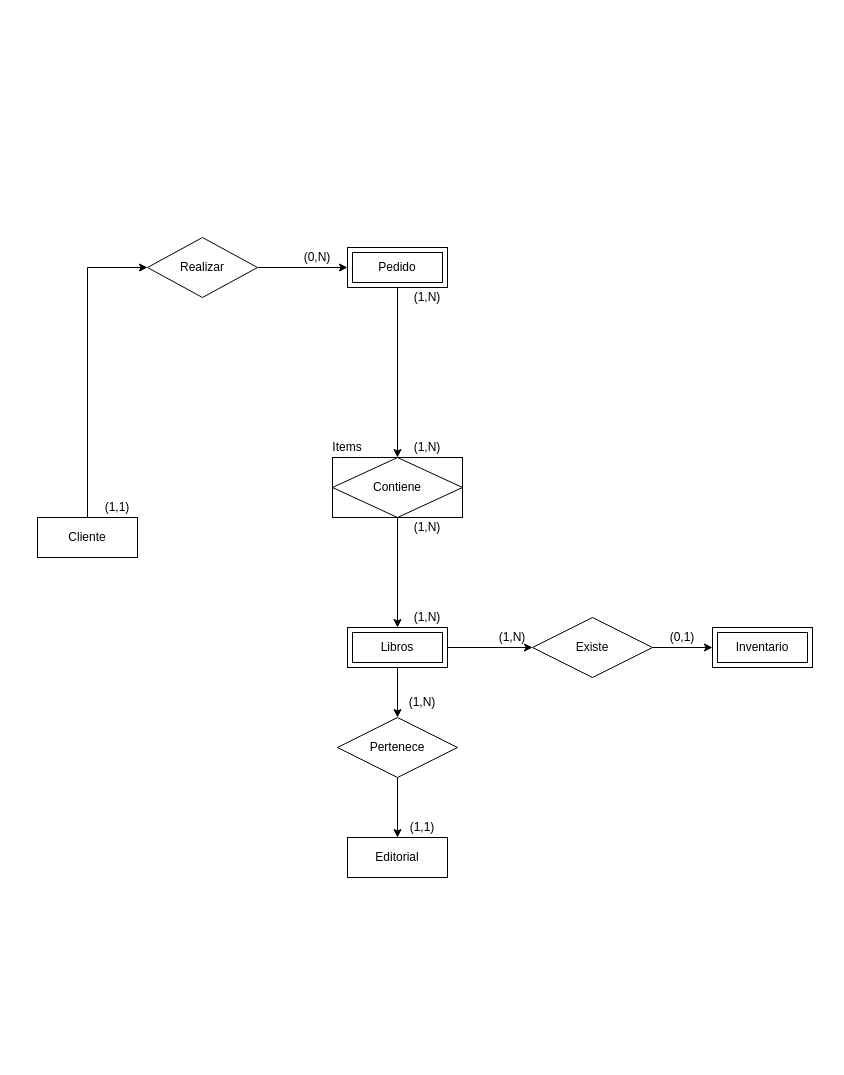
Earlier version of the draw.io diagram Diagrama sin título.drawio (Zuzed22/Modelado-de-bases-de-datos-entidades-relaciones-y-atributos). Source tidied: cells renumbered, new cells numbered last; positions are measured from the earlier drawing's top-left corner, leaving out a move shared by most shapes. Both pictures are drawn from the tidied source at 100%, with x=0, y=0 at pixel (37, 237).
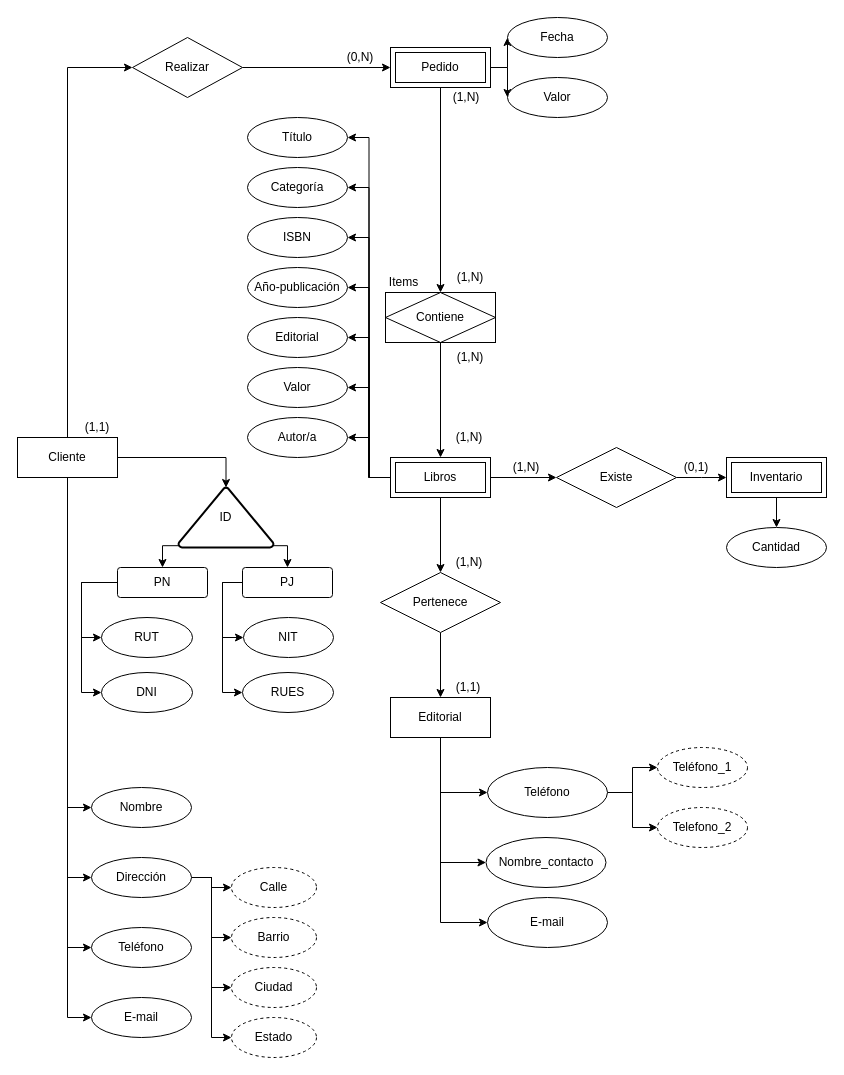
The same diagram, later.

Change to the diagram source:
```diff
@@
+    <mxCell id="30" style="edgeStyle=orthogonalEdgeStyle;rounded=0;jettySize=auto;html=1;exitX=0.5;exitY=1;exitDx=0;exitDy=0;entryX=0;entryY=0.5;entryDx=0;entryDy=0;" parent="1" edge="1" source="3" target="54">
+      <mxGeometry relative="1" as="geometry" />
+    </mxCell>
+    <mxCell id="31" style="edgeStyle=orthogonalEdgeStyle;rounded=0;jettySize=auto;html=1;exitX=0.5;exitY=1;exitDx=0;exitDy=0;entryX=0;entryY=0.5;entryDx=0;entryDy=0;" parent="1" edge="1" source="3" target="53">
+      <mxGeometry relative="1" as="geometry" />
+    </mxCell>
+    <mxCell id="32" style="edgeStyle=orthogonalEdgeStyle;rounded=0;jettySize=auto;html=1;exitX=0.5;exitY=1;exitDx=0;exitDy=0;entryX=0;entryY=0.5;entryDx=0;entryDy=0;" parent="1" edge="1" source="3" target="48">
+      <mxGeometry relative="1" as="geometry" />
+    </mxCell>
+    <mxCell id="33" style="edgeStyle=orthogonalEdgeStyle;rounded=0;jettySize=auto;html=1;exitX=0.5;exitY=1;exitDx=0;exitDy=0;entryX=0;entryY=0.5;entryDx=0;entryDy=0;" parent="1" edge="1" source="3" target="55">
+      <mxGeometry relative="1" as="geometry" />
+    </mxCell>
     <mxCell id="3" value="Cliente" style="whiteSpace=wrap;html=1;align=center;" parent="1" vertex="1">
-      <mxGeometry y="280" width="100" height="40" as="geometry" />
+      <mxGeometry x="-20" y="200" width="100" height="40" as="geometry" />
     </mxCell>
@@
+    <mxCell id="34" style="edgeStyle=orthogonalEdgeStyle;rounded=0;jettySize=auto;html=1;exitX=1;exitY=0.5;exitDx=0;exitDy=0;entryX=0;entryY=0.5;entryDx=0;entryDy=0;" parent="1" edge="1" source="5" target="74">
+      <mxGeometry relative="1" as="geometry" />
+    </mxCell>
+    <mxCell id="35" style="edgeStyle=orthogonalEdgeStyle;rounded=0;jettySize=auto;html=1;exitX=1;exitY=0.5;exitDx=0;exitDy=0;entryX=0;entryY=0.5;entryDx=0;entryDy=0;" parent="1" edge="1" source="5" target="75">
+      <mxGeometry relative="1" as="geometry" />
+    </mxCell>
     <mxCell id="5" value="Pedido" style="shape=ext;margin=3;double=1;whiteSpace=wrap;html=1;align=center;" parent="1" vertex="1">
-      <mxGeometry x="310" y="10" width="100" height="40" as="geometry" />
+      <mxGeometry x="353" y="-190" width="100" height="40" as="geometry" />
     </mxCell>
+    <mxCell id="36" style="edgeStyle=orthogonalEdgeStyle;rounded=0;jettySize=auto;html=1;exitX=0.5;exitY=1;exitDx=0;exitDy=0;entryX=0;entryY=0.5;entryDx=0;entryDy=0;" parent="1" edge="1" source="6" target="86">
+      <mxGeometry relative="1" as="geometry" />
+    </mxCell>
+    <mxCell id="37" style="edgeStyle=orthogonalEdgeStyle;rounded=0;jettySize=auto;html=1;exitX=0.5;exitY=1;exitDx=0;exitDy=0;entryX=0;entryY=0.5;entryDx=0;entryDy=0;" parent="1" edge="1" source="6" target="88">
+      <mxGeometry relative="1" as="geometry" />
+    </mxCell>
+    <mxCell id="38" style="edgeStyle=orthogonalEdgeStyle;rounded=0;jettySize=auto;html=1;exitX=0.5;exitY=1;exitDx=0;exitDy=0;entryX=0;entryY=0.5;entryDx=0;entryDy=0;" parent="1" edge="1" source="6" target="87">
+      <mxGeometry relative="1" as="geometry" />
+    </mxCell>
     <mxCell id="6" value="Editorial" style="whiteSpace=wrap;html=1;align=center;" parent="1" vertex="1">
-      <mxGeometry x="310" y="600" width="100" height="40" as="geometry" />
+      <mxGeometry x="353" y="460" width="100" height="40" as="geometry" />
     </mxCell>
@@
+    <mxCell id="39" style="edgeStyle=orthogonalEdgeStyle;rounded=0;jettySize=auto;html=1;exitX=0;exitY=0.5;exitDx=0;exitDy=0;entryX=1;entryY=0.5;entryDx=0;entryDy=0;" parent="1" edge="1" source="9" target="77">
+      <mxGeometry relative="1" as="geometry" />
+    </mxCell>
+    <mxCell id="40" style="edgeStyle=orthogonalEdgeStyle;rounded=0;jettySize=auto;html=1;exitX=0;exitY=0.5;exitDx=0;exitDy=0;entryX=1;entryY=0.5;entryDx=0;entryDy=0;" parent="1" edge="1" source="9" target="78">
+      <mxGeometry relative="1" as="geometry" />
+    </mxCell>
+    <mxCell id="41" style="edgeStyle=orthogonalEdgeStyle;rounded=0;jettySize=auto;html=1;exitX=0;exitY=0.5;exitDx=0;exitDy=0;entryX=1;entryY=0.5;entryDx=0;entryDy=0;" parent="1" edge="1" source="9" target="79">
+      <mxGeometry relative="1" as="geometry" />
+    </mxCell>
+    <mxCell id="42" style="edgeStyle=orthogonalEdgeStyle;rounded=0;jettySize=auto;html=1;exitX=0;exitY=0.5;exitDx=0;exitDy=0;entryX=1;entryY=0.5;entryDx=0;entryDy=0;" parent="1" edge="1" source="9" target="80">
+      <mxGeometry relative="1" as="geometry" />
+    </mxCell>
+    <mxCell id="43" style="edgeStyle=orthogonalEdgeStyle;rounded=0;jettySize=auto;html=1;exitX=0;exitY=0.5;exitDx=0;exitDy=0;entryX=1;entryY=0.5;entryDx=0;entryDy=0;" parent="1" edge="1" source="9" target="81">
+      <mxGeometry relative="1" as="geometry" />
+    </mxCell>
+    <mxCell id="44" style="edgeStyle=orthogonalEdgeStyle;rounded=0;jettySize=auto;html=1;exitX=0;exitY=0.5;exitDx=0;exitDy=0;entryX=1;entryY=0.5;entryDx=0;entryDy=0;" parent="1" edge="1" source="9" target="82">
+      <mxGeometry relative="1" as="geometry" />
+    </mxCell>
+    <mxCell id="45" style="edgeStyle=orthogonalEdgeStyle;rounded=0;jettySize=auto;html=1;exitX=0;exitY=0.5;exitDx=0;exitDy=0;entryX=1;entryY=0.5;entryDx=0;entryDy=0;" parent="1" edge="1" source="9" target="83">
+      <mxGeometry relative="1" as="geometry" />
+    </mxCell>
     <mxCell id="9" value="Libros" style="shape=ext;margin=3;double=1;whiteSpace=wrap;html=1;align=center;" parent="1" vertex="1">
-      <mxGeometry x="310" y="390" width="100" height="40" as="geometry" />
+      <mxGeometry x="353" y="220" width="100" height="40" as="geometry" />
     </mxCell>
+    <mxCell id="46" style="edgeStyle=orthogonalEdgeStyle;rounded=0;jettySize=auto;html=1;exitX=0.5;exitY=1;exitDx=0;exitDy=0;entryX=0.5;entryY=0;entryDx=0;entryDy=0;" parent="1" edge="1" source="10" target="76">
+      <mxGeometry relative="1" as="geometry" />
+    </mxCell>
     <mxCell id="10" value="Inventario" style="shape=ext;margin=3;double=1;whiteSpace=wrap;html=1;align=center;" parent="1" vertex="1">
-      <mxGeometry x="675" y="390" width="100" height="40" as="geometry" />
+      <mxGeometry x="689" y="220" width="100" height="40" as="geometry" />
     </mxCell>
@@
     <mxCell id="12" value="Realizar" style="shape=rhombus;perimeter=rhombusPerimeter;whiteSpace=wrap;html=1;align=center;" parent="1" vertex="1">
-      <mxGeometry x="110" width="110" height="60" as="geometry" />
+      <mxGeometry x="95" y="-200" width="110" height="60" as="geometry" />
     </mxCell>
     <mxCell id="13" value="(1,1)" style="text;html=1;align=center;verticalAlign=middle;whiteSpace=wrap;rounded=0;" parent="1" vertex="1">
-      <mxGeometry x="50" y="250" width="60" height="40" as="geometry" />
+      <mxGeometry x="30" y="170" width="60" height="40" as="geometry" />
     </mxCell>
     <mxCell id="14" value="(0,N)" style="text;html=1;align=center;verticalAlign=middle;whiteSpace=wrap;rounded=0;" parent="1" vertex="1">
-      <mxGeometry x="250" width="60" height="40" as="geometry" />
+      <mxGeometry x="293" y="-200" width="60" height="40" as="geometry" />
     </mxCell>
     <mxCell id="15" value="(1,N)" style="text;html=1;align=center;verticalAlign=middle;whiteSpace=wrap;rounded=0;" parent="1" vertex="1">
-      <mxGeometry x="360" y="40" width="60" height="40" as="geometry" />
+      <mxGeometry x="399" y="-160" width="60" height="40" as="geometry" />
     </mxCell>
     <mxCell id="16" value="(1,N)" style="text;html=1;align=center;verticalAlign=middle;whiteSpace=wrap;rounded=0;" parent="1" vertex="1">
-      <mxGeometry x="360" y="190" width="60" height="40" as="geometry" />
+      <mxGeometry x="403" y="20" width="60" height="40" as="geometry" />
     </mxCell>
@@
     <mxCell id="18" value="Pertenece" style="shape=rhombus;perimeter=rhombusPerimeter;whiteSpace=wrap;html=1;align=center;" parent="1" vertex="1">
-      <mxGeometry x="300" y="480" width="120" height="60" as="geometry" />
+      <mxGeometry x="343" y="335" width="120" height="60" as="geometry" />
     </mxCell>
     <mxCell id="19" value="(1,N)" style="text;html=1;align=center;verticalAlign=middle;whiteSpace=wrap;rounded=0;" parent="1" vertex="1">
-      <mxGeometry x="355" y="450" width="60" height="30" as="geometry" />
+      <mxGeometry x="402" y="310" width="60" height="30" as="geometry" />
     </mxCell>
     <mxCell id="20" value="(1,1)" style="text;html=1;align=center;verticalAlign=middle;whiteSpace=wrap;rounded=0;" parent="1" vertex="1">
-      <mxGeometry x="355" y="570" width="60" height="40" as="geometry" />
+      <mxGeometry x="402" y="430" width="58" height="40" as="geometry" />
     </mxCell>
-    <mxCell id="21" style="edgeStyle=orthogonalEdgeStyle;rounded=0;jettySize=auto;html=1;exitX=1;exitY=0.5;exitDx=0;exitDy=0;entryX=0;entryY=0.5;entryDx=0;entryDy=0;" parent="1" edge="1" source="22" target="10">
-      <mxGeometry relative="1" as="geometry" />
-    </mxCell>
+    <mxCell id="47" style="edgeStyle=orthogonalEdgeStyle;rounded=0;jettySize=auto;html=1;exitX=1;exitY=0.5;exitDx=0;exitDy=0;entryX=0;entryY=0.5;entryDx=0;entryDy=0;" parent="1" edge="1" source="22">
+      <mxGeometry relative="1" as="geometry">
+        <mxPoint x="689" y="240" as="targetPoint" />
+      </mxGeometry>
+    </mxCell>
     <mxCell id="22" value="Existe" style="shape=rhombus;perimeter=rhombusPerimeter;whiteSpace=wrap;html=1;align=center;" parent="1" vertex="1">
-      <mxGeometry x="495" y="380" width="120" height="60" as="geometry" />
+      <mxGeometry x="519" y="210" width="120" height="60" as="geometry" />
     </mxCell>
     <mxCell id="23" value="(1,N)" style="text;html=1;align=center;verticalAlign=middle;whiteSpace=wrap;rounded=0;" parent="1" vertex="1">
-      <mxGeometry x="445" y="380" width="60" height="40" as="geometry" />
+      <mxGeometry x="459" y="210" width="60" height="40" as="geometry" />
     </mxCell>
-    <mxCell id="24" value="(0,1)" style="text;html=1;align=center;verticalAlign=middle;whiteSpace=wrap;rounded=0;" parent="1" vertex="1">
-      <mxGeometry x="615" y="380" width="60" height="40" as="geometry" />
-    </mxCell>
@@
     <mxCell id="26" value="Contiene" style="shape=associativeEntity;whiteSpace=wrap;html=1;align=center;" parent="1" vertex="1">
-      <mxGeometry x="295" y="220" width="130" height="60" as="geometry" />
+      <mxGeometry x="348" y="55" width="110" height="50" as="geometry" />
     </mxCell>
     <mxCell id="27" value="Items" style="text;html=1;align=center;verticalAlign=middle;whiteSpace=wrap;rounded=0;" parent="1" vertex="1">
-      <mxGeometry x="280" y="190" width="60" height="40" as="geometry" />
+      <mxGeometry x="343" y="30" width="47" height="30" as="geometry" />
     </mxCell>
     <mxCell id="28" value="(1,N)" style="text;html=1;align=center;verticalAlign=middle;whiteSpace=wrap;rounded=0;" parent="1" vertex="1">
-      <mxGeometry x="360" y="360" width="60" height="40" as="geometry" />
+      <mxGeometry x="402" y="180" width="60" height="40" as="geometry" />
     </mxCell>
     <mxCell id="29" value="(1,N)" style="text;html=1;align=center;verticalAlign=middle;whiteSpace=wrap;rounded=0;" parent="1" vertex="1">
-      <mxGeometry x="360" y="270" width="60" height="40" as="geometry" />
+      <mxGeometry x="403" y="100" width="60" height="40" as="geometry" />
     </mxCell>
+    <mxCell id="48" value="Nombre" style="ellipse;whiteSpace=wrap;html=1;align=center;" parent="1" vertex="1">
+      <mxGeometry x="54" y="550" width="100" height="40" as="geometry" />
+    </mxCell>
+    <mxCell id="49" style="edgeStyle=orthogonalEdgeStyle;rounded=0;jettySize=auto;html=1;exitX=1;exitY=0.5;exitDx=0;exitDy=0;entryX=0;entryY=0.5;entryDx=0;entryDy=0;" parent="1" edge="1" source="53" target="59">
+      <mxGeometry relative="1" as="geometry" />
+    </mxCell>
+    <mxCell id="50" style="edgeStyle=orthogonalEdgeStyle;rounded=0;jettySize=auto;html=1;exitX=1;exitY=0.5;exitDx=0;exitDy=0;entryX=0;entryY=0.5;entryDx=0;entryDy=0;" parent="1" edge="1" source="53" target="58">
+      <mxGeometry relative="1" as="geometry" />
+    </mxCell>
+    <mxCell id="51" style="edgeStyle=orthogonalEdgeStyle;rounded=0;jettySize=auto;html=1;exitX=1;exitY=0.5;exitDx=0;exitDy=0;entryX=0;entryY=0.5;entryDx=0;entryDy=0;" parent="1" edge="1" source="53" target="57">
+      <mxGeometry relative="1" as="geometry" />
+    </mxCell>
+    <mxCell id="52" style="edgeStyle=orthogonalEdgeStyle;rounded=0;jettySize=auto;html=1;exitX=1;exitY=0.5;exitDx=0;exitDy=0;entryX=0;entryY=0.5;entryDx=0;entryDy=0;" parent="1" edge="1" source="53" target="56">
+      <mxGeometry relative="1" as="geometry" />
+    </mxCell>
+    <mxCell id="53" value="Dirección" style="ellipse;whiteSpace=wrap;html=1;align=center;" parent="1" vertex="1">
+      <mxGeometry x="54" y="620" width="100" height="40" as="geometry" />
+    </mxCell>
+    <mxCell id="54" value="Teléfono" style="ellipse;whiteSpace=wrap;html=1;align=center;" parent="1" vertex="1">
+      <mxGeometry x="54" y="690" width="100" height="40" as="geometry" />
+    </mxCell>
+    <mxCell id="55" value="E-mail" style="ellipse;whiteSpace=wrap;html=1;align=center;" parent="1" vertex="1">
+      <mxGeometry x="54" y="760" width="100" height="40" as="geometry" />
+    </mxCell>
+    <mxCell id="56" value="Calle" style="ellipse;whiteSpace=wrap;html=1;align=center;dashed=1;" parent="1" vertex="1">
+      <mxGeometry x="194" y="630" width="85" height="40" as="geometry" />
+    </mxCell>
+    <mxCell id="57" value="Barrio" style="ellipse;whiteSpace=wrap;html=1;align=center;dashed=1;" parent="1" vertex="1">
+      <mxGeometry x="194" y="680" width="85" height="40" as="geometry" />
+    </mxCell>
+    <mxCell id="58" value="Ciudad" style="ellipse;whiteSpace=wrap;html=1;align=center;dashed=1;" parent="1" vertex="1">
+      <mxGeometry x="194" y="730" width="85" height="40" as="geometry" />
+    </mxCell>
+    <mxCell id="59" value="Estado" style="ellipse;whiteSpace=wrap;html=1;align=center;dashed=1;" parent="1" vertex="1">
+      <mxGeometry x="194" y="780" width="85" height="40" as="geometry" />
+    </mxCell>
+    <mxCell id="24" value="(0,1)" style="text;html=1;align=center;verticalAlign=middle;whiteSpace=wrap;rounded=0;" parent="1" vertex="1">
+      <mxGeometry x="629" y="210" width="60" height="40" as="geometry" />
+    </mxCell>
+    <mxCell id="60" style="edgeStyle=orthogonalEdgeStyle;rounded=0;jettySize=auto;html=1;exitX=0.01;exitY=0.97;exitDx=0;exitDy=0;exitPerimeter=0;entryX=0.5;entryY=0;entryDx=0;entryDy=0;" parent="1" edge="1" source="62" target="66">
+      <mxGeometry relative="1" as="geometry" />
+    </mxCell>
+    <mxCell id="61" style="edgeStyle=orthogonalEdgeStyle;rounded=0;jettySize=auto;html=1;exitX=0.99;exitY=0.97;exitDx=0;exitDy=0;exitPerimeter=0;entryX=0.5;entryY=0;entryDx=0;entryDy=0;" parent="1" edge="1" source="62" target="69">
+      <mxGeometry relative="1" as="geometry" />
+    </mxCell>
+    <mxCell id="62" value="ID" style="strokeWidth=2;html=1;shape=mxgraph.flowchart.extract_or_measurement;whiteSpace=wrap;" parent="1" vertex="1">
+      <mxGeometry x="141" y="250" width="95" height="60" as="geometry" />
+    </mxCell>
+    <mxCell id="63" style="edgeStyle=orthogonalEdgeStyle;rounded=0;jettySize=auto;html=1;exitX=1;exitY=0.5;exitDx=0;exitDy=0;entryX=0.5;entryY=0;entryDx=0;entryDy=0;entryPerimeter=0;" parent="1" edge="1" source="3" target="62">
+      <mxGeometry relative="1" as="geometry" />
+    </mxCell>
+    <mxCell id="64" style="edgeStyle=orthogonalEdgeStyle;rounded=0;jettySize=auto;html=1;exitX=0;exitY=0.5;exitDx=0;exitDy=0;entryX=0;entryY=0.5;entryDx=0;entryDy=0;" parent="1" edge="1" source="66" target="71">
+      <mxGeometry relative="1" as="geometry" />
+    </mxCell>
+    <mxCell id="65" style="edgeStyle=orthogonalEdgeStyle;rounded=0;jettySize=auto;html=1;exitX=0;exitY=0.5;exitDx=0;exitDy=0;entryX=0;entryY=0.5;entryDx=0;entryDy=0;" parent="1" edge="1" source="66" target="72">
+      <mxGeometry relative="1" as="geometry" />
+    </mxCell>
+    <mxCell id="66" value="PN" style="rounded=1;arcSize=10;whiteSpace=wrap;html=1;align=center;" parent="1" vertex="1">
+      <mxGeometry x="80" y="330" width="90" height="30" as="geometry" />
+    </mxCell>
+    <mxCell id="67" style="edgeStyle=orthogonalEdgeStyle;rounded=0;jettySize=auto;html=1;exitX=0;exitY=0.5;exitDx=0;exitDy=0;entryX=0;entryY=0.5;entryDx=0;entryDy=0;" parent="1" edge="1" source="69" target="70">
+      <mxGeometry relative="1" as="geometry" />
+    </mxCell>
+    <mxCell id="68" style="edgeStyle=orthogonalEdgeStyle;rounded=0;jettySize=auto;html=1;exitX=0;exitY=0.5;exitDx=0;exitDy=0;entryX=0;entryY=0.5;entryDx=0;entryDy=0;" parent="1" edge="1" source="69" target="73">
+      <mxGeometry relative="1" as="geometry" />
+    </mxCell>
+    <mxCell id="69" value="PJ" style="rounded=1;arcSize=10;whiteSpace=wrap;html=1;align=center;" parent="1" vertex="1">
+      <mxGeometry x="205" y="330" width="90" height="30" as="geometry" />
+    </mxCell>
+    <mxCell id="70" value="NIT" style="ellipse;whiteSpace=wrap;html=1;align=center;" parent="1" vertex="1">
+      <mxGeometry x="206" y="380" width="90" height="40" as="geometry" />
+    </mxCell>
+    <mxCell id="71" value="RUT" style="ellipse;whiteSpace=wrap;html=1;align=center;" parent="1" vertex="1">
+      <mxGeometry x="64" y="380" width="91" height="40" as="geometry" />
+    </mxCell>
+    <mxCell id="72" value="DNI" style="ellipse;whiteSpace=wrap;html=1;align=center;" parent="1" vertex="1">
+      <mxGeometry x="64" y="435" width="91" height="40" as="geometry" />
+    </mxCell>
+    <mxCell id="73" value="RUES" style="ellipse;whiteSpace=wrap;html=1;align=center;" parent="1" vertex="1">
+      <mxGeometry x="205" y="435" width="91" height="40" as="geometry" />
+    </mxCell>
+    <mxCell id="74" value="Fecha" style="ellipse;whiteSpace=wrap;html=1;align=center;" parent="1" vertex="1">
+      <mxGeometry x="470" y="-220" width="100" height="40" as="geometry" />
+    </mxCell>
+    <mxCell id="75" value="Valor" style="ellipse;whiteSpace=wrap;html=1;align=center;" parent="1" vertex="1">
+      <mxGeometry x="470" y="-160" width="100" height="40" as="geometry" />
+    </mxCell>
+    <mxCell id="76" value="Cantidad" style="ellipse;whiteSpace=wrap;html=1;align=center;" parent="1" vertex="1">
+      <mxGeometry x="689" y="290" width="100" height="40" as="geometry" />
+    </mxCell>
+    <mxCell id="77" value="Título" style="ellipse;whiteSpace=wrap;html=1;align=center;" parent="1" vertex="1">
+      <mxGeometry x="210" y="-120" width="100" height="40" as="geometry" />
+    </mxCell>
+    <mxCell id="78" value="Categoría" style="ellipse;whiteSpace=wrap;html=1;align=center;" parent="1" vertex="1">
+      <mxGeometry x="210" y="-70" width="100" height="40" as="geometry" />
+    </mxCell>
+    <mxCell id="79" value="ISBN" style="ellipse;whiteSpace=wrap;html=1;align=center;" parent="1" vertex="1">
+      <mxGeometry x="210" y="-20" width="100" height="40" as="geometry" />
+    </mxCell>
+    <mxCell id="80" value="Año-publicación" style="ellipse;whiteSpace=wrap;html=1;align=center;" parent="1" vertex="1">
+      <mxGeometry x="210" y="30" width="100" height="40" as="geometry" />
+    </mxCell>
+    <mxCell id="81" value="Editorial" style="ellipse;whiteSpace=wrap;html=1;align=center;" parent="1" vertex="1">
+      <mxGeometry x="210" y="80" width="100" height="40" as="geometry" />
+    </mxCell>
+    <mxCell id="82" value="Valor" style="ellipse;whiteSpace=wrap;html=1;align=center;" parent="1" vertex="1">
+      <mxGeometry x="210" y="130" width="100" height="40" as="geometry" />
+    </mxCell>
+    <mxCell id="83" value="Autor/a" style="ellipse;whiteSpace=wrap;html=1;align=center;" parent="1" vertex="1">
+      <mxGeometry x="210" y="180" width="100" height="40" as="geometry" />
+    </mxCell>
+    <mxCell id="84" style="edgeStyle=orthogonalEdgeStyle;rounded=0;jettySize=auto;html=1;exitX=1;exitY=0.5;exitDx=0;exitDy=0;entryX=0;entryY=0.5;entryDx=0;entryDy=0;" parent="1" edge="1" source="86" target="89">
+      <mxGeometry relative="1" as="geometry" />
+    </mxCell>
+    <mxCell id="85" style="edgeStyle=orthogonalEdgeStyle;rounded=0;jettySize=auto;html=1;exitX=1;exitY=0.5;exitDx=0;exitDy=0;entryX=0;entryY=0.5;entryDx=0;entryDy=0;" parent="1" edge="1" source="86" target="90">
+      <mxGeometry relative="1" as="geometry" />
+    </mxCell>
+    <mxCell id="86" value="Teléfono" style="ellipse;whiteSpace=wrap;html=1;align=center;" parent="1" vertex="1">
+      <mxGeometry x="450" y="530" width="120" height="50" as="geometry" />
+    </mxCell>
+    <mxCell id="87" value="E-mail" style="ellipse;whiteSpace=wrap;html=1;align=center;" parent="1" vertex="1">
+      <mxGeometry x="450" y="660" width="120" height="50" as="geometry" />
+    </mxCell>
+    <mxCell id="88" value="Nombre_contacto" style="ellipse;whiteSpace=wrap;html=1;align=center;" parent="1" vertex="1">
+      <mxGeometry x="448.5" y="600" width="120" height="50" as="geometry" />
+    </mxCell>
+    <mxCell id="89" value="Teléfono_1" style="ellipse;whiteSpace=wrap;html=1;align=center;dashed=1;" parent="1" vertex="1">
+      <mxGeometry x="620" y="510" width="90" height="40" as="geometry" />
+    </mxCell>
+    <mxCell id="90" value="Telefono_2" style="ellipse;whiteSpace=wrap;html=1;align=center;dashed=1;" parent="1" vertex="1">
+      <mxGeometry x="620" y="570" width="90" height="40" as="geometry" />
+    </mxCell>
```
